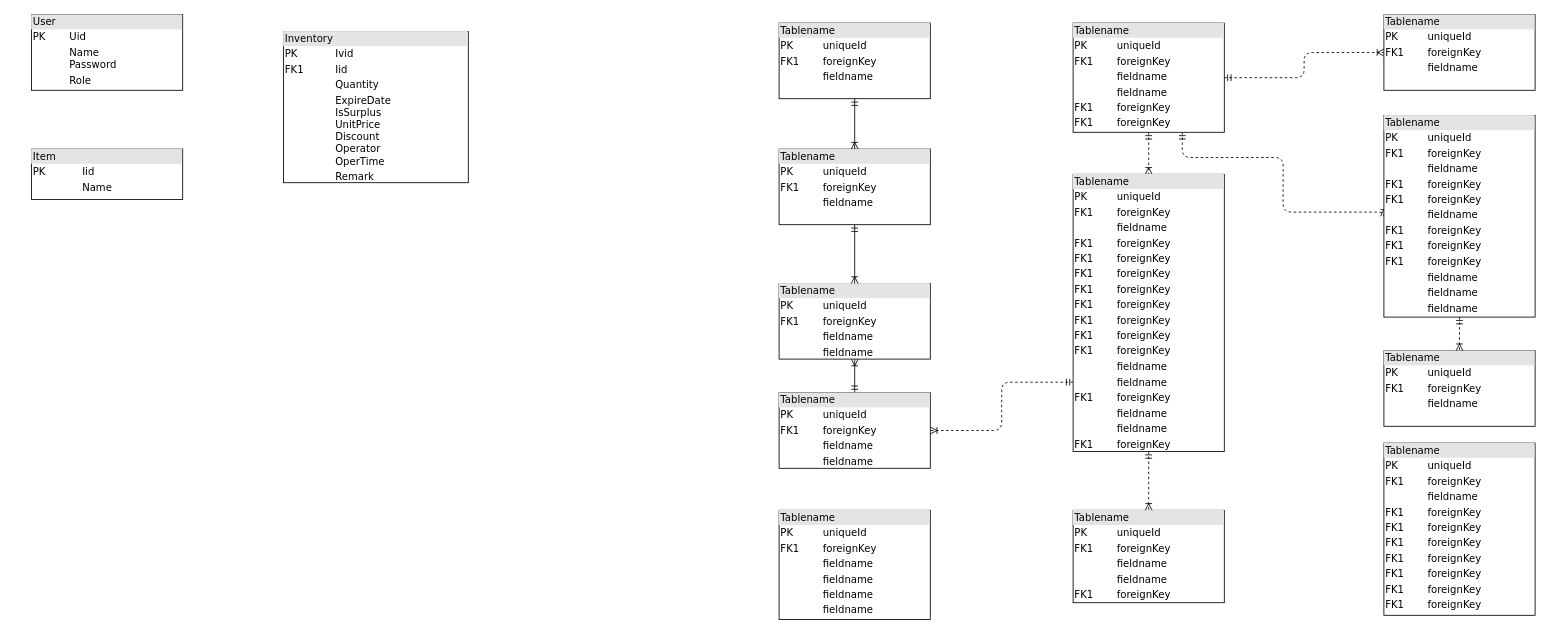
panjuncai/Req keeps this draw.io diagram as FWRP-db.drawio. Above is the earlier version. Source tidied: cells renumbered, new cells numbered last; positions are measured from the earlier drawing's top-left corner, leaving out a move shared by most shapes. Both pictures are drawn from the tidied source at 84%, with x=0, y=0 at pixel (31, 14).
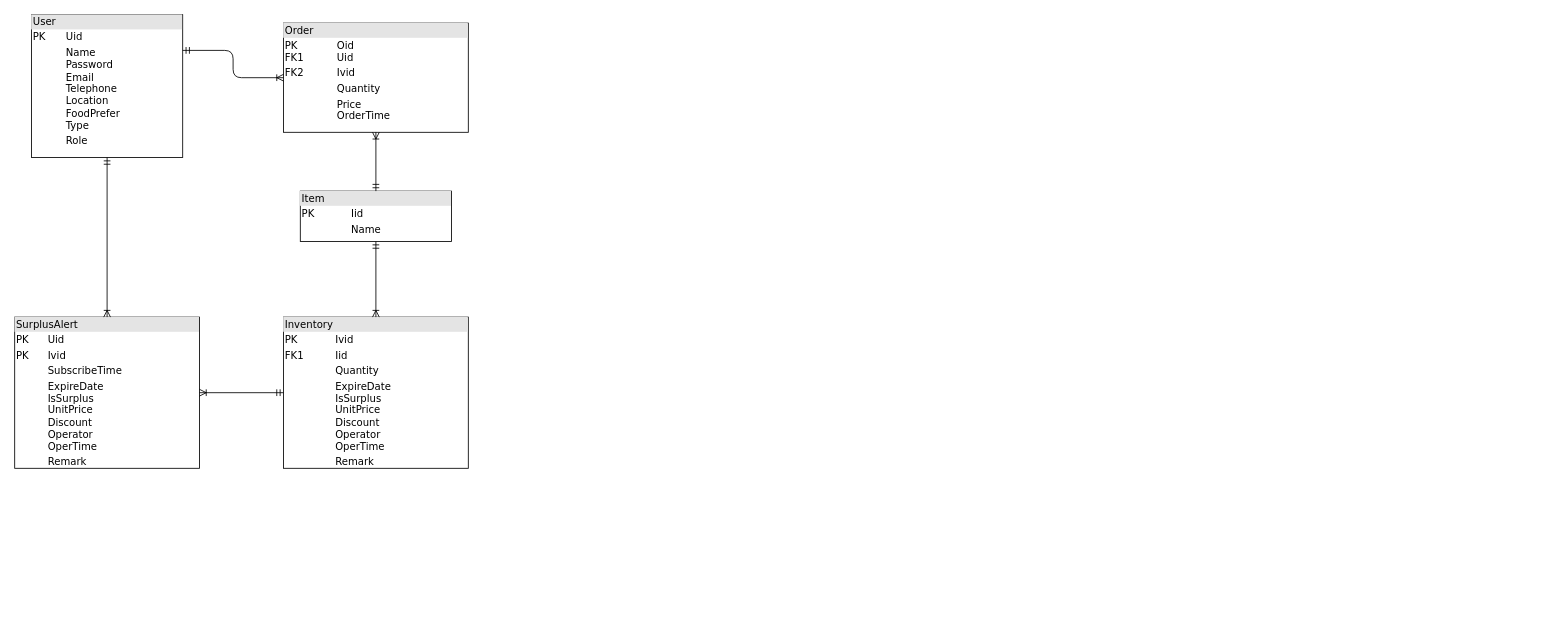
After the change.

What changed in the source:
```diff
@@
-    <mxCell id="2" value="&lt;div style=&quot;box-sizing:border-box;width:100%;background:#e4e4e4;padding:2px;&quot;&gt;Tablename&lt;/div&gt;&lt;table style=&quot;width:100%;font-size:1em;&quot; cellpadding=&quot;2&quot; cellspacing=&quot;0&quot;&gt;&lt;tr&gt;&lt;td&gt;PK&lt;/td&gt;&lt;td&gt;uniqueId&lt;/td&gt;&lt;/tr&gt;&lt;tr&gt;&lt;td&gt;FK1&lt;/td&gt;&lt;td&gt;foreignKey&lt;/td&gt;&lt;/tr&gt;&lt;tr&gt;&lt;td&gt;&lt;/td&gt;&lt;td&gt;fieldname&lt;/td&gt;&lt;/tr&gt;&lt;/table&gt;" style="verticalAlign=top;align=left;overflow=fill;html=1;rounded=0;shadow=0;comic=0;labelBackgroundColor=none;strokeWidth=1;fontFamily=Verdana;fontSize=12;" parent="1" vertex="1">
-      <mxGeometry x="890" y="10" width="180" height="90" as="geometry" />
-    </mxCell>
-    <mxCell id="3" style="edgeStyle=orthogonalEdgeStyle;html=1;entryX=0.5;entryY=0;dashed=1;labelBackgroundColor=none;startArrow=ERmandOne;endArrow=ERoneToMany;fontFamily=Verdana;fontSize=12;align=left;" parent="1" edge="1" source="6" target="16">
-      <mxGeometry relative="1" as="geometry" />
-    </mxCell>
-    <mxCell id="4" style="edgeStyle=orthogonalEdgeStyle;html=1;dashed=1;labelBackgroundColor=none;startArrow=ERmandOne;endArrow=ERoneToMany;fontFamily=Verdana;fontSize=12;align=left;entryX=0;entryY=0.5;" parent="1" edge="1" source="6" target="19">
-      <mxGeometry relative="1" as="geometry">
-        <Array as="points">
-          <mxPoint x="1370" y="170" />
-          <mxPoint x="1490" y="170" />
-          <mxPoint x="1490" y="235" />
-        </Array>
-      </mxGeometry>
-    </mxCell>
-    <mxCell id="5" style="edgeStyle=orthogonalEdgeStyle;html=1;dashed=1;labelBackgroundColor=none;startArrow=ERmandOne;endArrow=ERoneToMany;fontFamily=Verdana;fontSize=12;align=left;" parent="1" edge="1" source="6" target="20">
-      <mxGeometry relative="1" as="geometry" />
-    </mxCell>
-    <mxCell id="6" value="&lt;div style=&quot;box-sizing: border-box ; width: 100% ; background: #e4e4e4 ; padding: 2px&quot;&gt;Tablename&lt;/div&gt;&lt;table style=&quot;width: 100% ; font-size: 1em&quot; cellpadding=&quot;2&quot; cellspacing=&quot;0&quot;&gt;&lt;tbody&gt;&lt;tr&gt;&lt;td&gt;PK&lt;/td&gt;&lt;td&gt;uniqueId&lt;/td&gt;&lt;/tr&gt;&lt;tr&gt;&lt;td&gt;FK1&lt;/td&gt;&lt;td&gt;foreignKey&lt;/td&gt;&lt;/tr&gt;&lt;tr&gt;&lt;td&gt;&lt;/td&gt;&lt;td&gt;fieldname&lt;/td&gt;&lt;/tr&gt;&lt;tr&gt;&lt;td&gt;&lt;br&gt;&lt;/td&gt;&lt;td&gt;fieldname&lt;br&gt;&lt;/td&gt;&lt;/tr&gt;&lt;tr&gt;&lt;td&gt;FK1&lt;br&gt;&lt;/td&gt;&lt;td&gt;foreignKey&lt;br&gt;&lt;/td&gt;&lt;/tr&gt;&lt;tr&gt;&lt;td&gt;FK1&lt;br&gt;&lt;/td&gt;&lt;td&gt;foreignKey&lt;br&gt;&lt;/td&gt;&lt;/tr&gt;&lt;/tbody&gt;&lt;/table&gt;" style="verticalAlign=top;align=left;overflow=fill;html=1;rounded=0;shadow=0;comic=0;labelBackgroundColor=none;strokeWidth=1;fontFamily=Verdana;fontSize=12;" parent="1" vertex="1">
-      <mxGeometry x="1240" y="10" width="180" height="130" as="geometry" />
-    </mxCell>
-    <mxCell id="7" style="edgeStyle=orthogonalEdgeStyle;html=1;labelBackgroundColor=none;startArrow=ERmandOne;endArrow=ERoneToMany;fontFamily=Verdana;fontSize=12;align=left;" parent="1" edge="1" source="9" target="10">
-      <mxGeometry relative="1" as="geometry" />
-    </mxCell>
-    <mxCell id="8" style="edgeStyle=orthogonalEdgeStyle;html=1;exitX=0;exitY=0.75;entryX=1;entryY=0.5;dashed=1;labelBackgroundColor=none;startArrow=ERmandOne;endArrow=ERoneToMany;fontFamily=Verdana;fontSize=12;align=left;" parent="1" edge="1" source="16" target="9">
-      <mxGeometry relative="1" as="geometry" />
-    </mxCell>
-    <mxCell id="9" value="&lt;div style=&quot;box-sizing: border-box ; width: 100% ; background: #e4e4e4 ; padding: 2px&quot;&gt;Tablename&lt;/div&gt;&lt;table style=&quot;width: 100% ; font-size: 1em&quot; cellpadding=&quot;2&quot; cellspacing=&quot;0&quot;&gt;&lt;tbody&gt;&lt;tr&gt;&lt;td&gt;PK&lt;/td&gt;&lt;td&gt;uniqueId&lt;/td&gt;&lt;/tr&gt;&lt;tr&gt;&lt;td&gt;FK1&lt;/td&gt;&lt;td&gt;foreignKey&lt;/td&gt;&lt;/tr&gt;&lt;tr&gt;&lt;td&gt;&lt;/td&gt;&lt;td&gt;fieldname&lt;/td&gt;&lt;/tr&gt;&lt;tr&gt;&lt;td&gt;&lt;br&gt;&lt;/td&gt;&lt;td&gt;fieldname&lt;br&gt;&lt;/td&gt;&lt;/tr&gt;&lt;/tbody&gt;&lt;/table&gt;" style="verticalAlign=top;align=left;overflow=fill;html=1;rounded=0;shadow=0;comic=0;labelBackgroundColor=none;strokeWidth=1;fontFamily=Verdana;fontSize=12;" parent="1" vertex="1">
-      <mxGeometry x="890" y="450" width="180" height="90" as="geometry" />
-    </mxCell>
-    <mxCell id="10" value="&lt;div style=&quot;box-sizing: border-box ; width: 100% ; background: #e4e4e4 ; padding: 2px&quot;&gt;Tablename&lt;/div&gt;&lt;table style=&quot;width: 100% ; font-size: 1em&quot; cellpadding=&quot;2&quot; cellspacing=&quot;0&quot;&gt;&lt;tbody&gt;&lt;tr&gt;&lt;td&gt;PK&lt;/td&gt;&lt;td&gt;uniqueId&lt;/td&gt;&lt;/tr&gt;&lt;tr&gt;&lt;td&gt;FK1&lt;/td&gt;&lt;td&gt;foreignKey&lt;/td&gt;&lt;/tr&gt;&lt;tr&gt;&lt;td&gt;&lt;/td&gt;&lt;td&gt;fieldname&lt;/td&gt;&lt;/tr&gt;&lt;tr&gt;&lt;td&gt;&lt;br&gt;&lt;/td&gt;&lt;td&gt;fieldname&lt;br&gt;&lt;/td&gt;&lt;/tr&gt;&lt;/tbody&gt;&lt;/table&gt;" style="verticalAlign=top;align=left;overflow=fill;html=1;rounded=0;shadow=0;comic=0;labelBackgroundColor=none;strokeWidth=1;fontFamily=Verdana;fontSize=12;" parent="1" vertex="1">
-      <mxGeometry x="890" y="320" width="180" height="90" as="geometry" />
-    </mxCell>
-    <mxCell id="11" style="edgeStyle=orthogonalEdgeStyle;html=1;entryX=0.5;entryY=0;labelBackgroundColor=none;startArrow=ERmandOne;endArrow=ERoneToMany;fontFamily=Verdana;fontSize=12;align=left;" parent="1" edge="1" source="12" target="10">
-      <mxGeometry relative="1" as="geometry" />
-    </mxCell>
-    <mxCell id="12" value="&lt;div style=&quot;box-sizing:border-box;width:100%;background:#e4e4e4;padding:2px;&quot;&gt;Tablename&lt;/div&gt;&lt;table style=&quot;width:100%;font-size:1em;&quot; cellpadding=&quot;2&quot; cellspacing=&quot;0&quot;&gt;&lt;tr&gt;&lt;td&gt;PK&lt;/td&gt;&lt;td&gt;uniqueId&lt;/td&gt;&lt;/tr&gt;&lt;tr&gt;&lt;td&gt;FK1&lt;/td&gt;&lt;td&gt;foreignKey&lt;/td&gt;&lt;/tr&gt;&lt;tr&gt;&lt;td&gt;&lt;/td&gt;&lt;td&gt;fieldname&lt;/td&gt;&lt;/tr&gt;&lt;/table&gt;" style="verticalAlign=top;align=left;overflow=fill;html=1;rounded=0;shadow=0;comic=0;labelBackgroundColor=none;strokeWidth=1;fontFamily=Verdana;fontSize=12;" parent="1" vertex="1">
-      <mxGeometry x="890" y="160" width="180" height="90" as="geometry" />
-    </mxCell>
-    <mxCell id="13" value="&lt;div style=&quot;box-sizing: border-box ; width: 100% ; background: #e4e4e4 ; padding: 2px&quot;&gt;Tablename&lt;/div&gt;&lt;table style=&quot;width: 100% ; font-size: 1em&quot; cellpadding=&quot;2&quot; cellspacing=&quot;0&quot;&gt;&lt;tbody&gt;&lt;tr&gt;&lt;td&gt;PK&lt;/td&gt;&lt;td&gt;uniqueId&lt;/td&gt;&lt;/tr&gt;&lt;tr&gt;&lt;td&gt;FK1&lt;/td&gt;&lt;td&gt;foreignKey&lt;/td&gt;&lt;/tr&gt;&lt;tr&gt;&lt;td&gt;&lt;/td&gt;&lt;td&gt;fieldname&lt;/td&gt;&lt;/tr&gt;&lt;tr&gt;&lt;td&gt;FK1&lt;br&gt;&lt;/td&gt;&lt;td&gt;foreignKey&lt;br&gt;&lt;/td&gt;&lt;/tr&gt;&lt;tr&gt;&lt;td&gt;FK1&lt;br&gt;&lt;/td&gt;&lt;td&gt;foreignKey&lt;br&gt;&lt;/td&gt;&lt;/tr&gt;&lt;tr&gt;&lt;td&gt;FK1&lt;br&gt;&lt;/td&gt;&lt;td&gt;foreignKey&lt;br&gt;&lt;/td&gt;&lt;/tr&gt;&lt;tr&gt;&lt;td&gt;FK1&lt;br&gt;&lt;/td&gt;&lt;td&gt;foreignKey&lt;br&gt;&lt;/td&gt;&lt;/tr&gt;&lt;tr&gt;&lt;td&gt;FK1&lt;br&gt;&lt;/td&gt;&lt;td&gt;foreignKey&lt;br&gt;&lt;/td&gt;&lt;/tr&gt;&lt;tr&gt;&lt;td&gt;FK1&lt;br&gt;&lt;/td&gt;&lt;td&gt;foreignKey&lt;br&gt;&lt;/td&gt;&lt;/tr&gt;&lt;tr&gt;&lt;td&gt;FK1&lt;br&gt;&lt;/td&gt;&lt;td&gt;foreignKey&lt;br&gt;&lt;/td&gt;&lt;/tr&gt;&lt;/tbody&gt;&lt;/table&gt;" style="verticalAlign=top;align=left;overflow=fill;html=1;rounded=0;shadow=0;comic=0;labelBackgroundColor=none;strokeWidth=1;fontFamily=Verdana;fontSize=12;" parent="1" vertex="1">
-      <mxGeometry x="1610" y="510" width="180" height="205" as="geometry" />
-    </mxCell>
-    <mxCell id="14" value="&lt;div style=&quot;box-sizing: border-box ; width: 100% ; background: #e4e4e4 ; padding: 2px&quot;&gt;Tablename&lt;/div&gt;&lt;table style=&quot;width: 100% ; font-size: 1em&quot; cellpadding=&quot;2&quot; cellspacing=&quot;0&quot;&gt;&lt;tbody&gt;&lt;tr&gt;&lt;td&gt;PK&lt;/td&gt;&lt;td&gt;uniqueId&lt;/td&gt;&lt;/tr&gt;&lt;tr&gt;&lt;td&gt;FK1&lt;/td&gt;&lt;td&gt;foreignKey&lt;/td&gt;&lt;/tr&gt;&lt;tr&gt;&lt;td&gt;&lt;/td&gt;&lt;td&gt;fieldname&lt;/td&gt;&lt;/tr&gt;&lt;tr&gt;&lt;td&gt;&lt;br&gt;&lt;/td&gt;&lt;td&gt;fieldname&lt;br&gt;&lt;/td&gt;&lt;/tr&gt;&lt;tr&gt;&lt;td&gt;FK1&lt;br&gt;&lt;/td&gt;&lt;td&gt;foreignKey&lt;br&gt;&lt;/td&gt;&lt;/tr&gt;&lt;/tbody&gt;&lt;/table&gt;" style="verticalAlign=top;align=left;overflow=fill;html=1;rounded=0;shadow=0;comic=0;labelBackgroundColor=none;strokeWidth=1;fontFamily=Verdana;fontSize=12;" parent="1" vertex="1">
-      <mxGeometry x="1240" y="590" width="180" height="110" as="geometry" />
-    </mxCell>
-    <mxCell id="15" style="edgeStyle=orthogonalEdgeStyle;html=1;entryX=0.5;entryY=0;labelBackgroundColor=none;startArrow=ERmandOne;endArrow=ERoneToMany;fontFamily=Verdana;fontSize=12;align=left;dashed=1;" parent="1" edge="1" source="16" target="14">
-      <mxGeometry relative="1" as="geometry" />
-    </mxCell>
-    <mxCell id="16" value="&lt;div style=&quot;box-sizing: border-box ; width: 100% ; background: #e4e4e4 ; padding: 2px&quot;&gt;Tablename&lt;/div&gt;&lt;table style=&quot;width: 100% ; font-size: 1em&quot; cellpadding=&quot;2&quot; cellspacing=&quot;0&quot;&gt;&lt;tbody&gt;&lt;tr&gt;&lt;td&gt;PK&lt;/td&gt;&lt;td&gt;uniqueId&lt;/td&gt;&lt;/tr&gt;&lt;tr&gt;&lt;td&gt;FK1&lt;/td&gt;&lt;td&gt;foreignKey&lt;/td&gt;&lt;/tr&gt;&lt;tr&gt;&lt;td&gt;&lt;/td&gt;&lt;td&gt;fieldname&lt;/td&gt;&lt;/tr&gt;&lt;tr&gt;&lt;td&gt;FK1&lt;br&gt;&lt;/td&gt;&lt;td&gt;foreignKey&lt;br&gt;&lt;/td&gt;&lt;/tr&gt;&lt;tr&gt;&lt;td&gt;FK1&lt;br&gt;&lt;/td&gt;&lt;td&gt;foreignKey&lt;br&gt;&lt;/td&gt;&lt;/tr&gt;&lt;tr&gt;&lt;td&gt;FK1&lt;br&gt;&lt;/td&gt;&lt;td&gt;foreignKey&lt;br&gt;&lt;/td&gt;&lt;/tr&gt;&lt;tr&gt;&lt;td&gt;FK1&lt;br&gt;&lt;/td&gt;&lt;td&gt;foreignKey&lt;br&gt;&lt;/td&gt;&lt;/tr&gt;&lt;tr&gt;&lt;td&gt;FK1&lt;br&gt;&lt;/td&gt;&lt;td&gt;foreignKey&lt;br&gt;&lt;/td&gt;&lt;/tr&gt;&lt;tr&gt;&lt;td&gt;FK1&lt;br&gt;&lt;/td&gt;&lt;td&gt;foreignKey&lt;br&gt;&lt;/td&gt;&lt;/tr&gt;&lt;tr&gt;&lt;td&gt;FK1&lt;br&gt;&lt;/td&gt;&lt;td&gt;foreignKey&lt;br&gt;&lt;/td&gt;&lt;/tr&gt;&lt;tr&gt;&lt;td&gt;FK1&lt;br&gt;&lt;/td&gt;&lt;td&gt;foreignKey&lt;br&gt;&lt;/td&gt;&lt;/tr&gt;&lt;tr&gt;&lt;td&gt;&lt;br&gt;&lt;/td&gt;&lt;td&gt;fieldname&lt;br&gt;&lt;/td&gt;&lt;/tr&gt;&lt;tr&gt;&lt;td&gt;&lt;br&gt;&lt;/td&gt;&lt;td&gt;fieldname&lt;br&gt;&lt;/td&gt;&lt;/tr&gt;&lt;tr&gt;&lt;td&gt;FK1&lt;br&gt;&lt;/td&gt;&lt;td&gt;foreignKey&lt;br&gt;&lt;/td&gt;&lt;/tr&gt;&lt;tr&gt;&lt;td&gt;&lt;br&gt;&lt;/td&gt;&lt;td&gt;fieldname&lt;br&gt;&lt;/td&gt;&lt;/tr&gt;&lt;tr&gt;&lt;td&gt;&lt;br&gt;&lt;/td&gt;&lt;td&gt;fieldname&lt;br&gt;&lt;/td&gt;&lt;/tr&gt;&lt;tr&gt;&lt;td&gt;FK1&lt;br&gt;&lt;/td&gt;&lt;td&gt;foreignKey&lt;br&gt;&lt;/td&gt;&lt;/tr&gt;&lt;/tbody&gt;&lt;/table&gt;" style="verticalAlign=top;align=left;overflow=fill;html=1;rounded=0;shadow=0;comic=0;labelBackgroundColor=none;strokeWidth=1;fontFamily=Verdana;fontSize=12;" parent="1" vertex="1">
-      <mxGeometry x="1240" y="190" width="180" height="330" as="geometry" />
-    </mxCell>
-    <mxCell id="17" value="&lt;div style=&quot;box-sizing:border-box;width:100%;background:#e4e4e4;padding:2px;&quot;&gt;Tablename&lt;/div&gt;&lt;table style=&quot;width:100%;font-size:1em;&quot; cellpadding=&quot;2&quot; cellspacing=&quot;0&quot;&gt;&lt;tr&gt;&lt;td&gt;PK&lt;/td&gt;&lt;td&gt;uniqueId&lt;/td&gt;&lt;/tr&gt;&lt;tr&gt;&lt;td&gt;FK1&lt;/td&gt;&lt;td&gt;foreignKey&lt;/td&gt;&lt;/tr&gt;&lt;tr&gt;&lt;td&gt;&lt;/td&gt;&lt;td&gt;fieldname&lt;/td&gt;&lt;/tr&gt;&lt;/table&gt;" style="verticalAlign=top;align=left;overflow=fill;html=1;rounded=0;shadow=0;comic=0;labelBackgroundColor=none;strokeWidth=1;fontFamily=Verdana;fontSize=12;" parent="1" vertex="1">
-      <mxGeometry x="1610" y="400" width="180" height="90" as="geometry" />
-    </mxCell>
-    <mxCell id="18" style="edgeStyle=orthogonalEdgeStyle;html=1;entryX=0.5;entryY=0;dashed=1;labelBackgroundColor=none;startArrow=ERmandOne;endArrow=ERoneToMany;fontFamily=Verdana;fontSize=12;align=left;" parent="1" edge="1" source="19" target="17">
-      <mxGeometry relative="1" as="geometry" />
-    </mxCell>
-    <mxCell id="19" value="&lt;div style=&quot;box-sizing: border-box ; width: 100% ; background: #e4e4e4 ; padding: 2px&quot;&gt;Tablename&lt;/div&gt;&lt;table style=&quot;width: 100% ; font-size: 1em&quot; cellpadding=&quot;2&quot; cellspacing=&quot;0&quot;&gt;&lt;tbody&gt;&lt;tr&gt;&lt;td&gt;PK&lt;/td&gt;&lt;td&gt;uniqueId&lt;/td&gt;&lt;/tr&gt;&lt;tr&gt;&lt;td&gt;FK1&lt;/td&gt;&lt;td&gt;foreignKey&lt;/td&gt;&lt;/tr&gt;&lt;tr&gt;&lt;td&gt;&lt;/td&gt;&lt;td&gt;fieldname&lt;/td&gt;&lt;/tr&gt;&lt;tr&gt;&lt;td&gt;FK1&lt;br&gt;&lt;/td&gt;&lt;td&gt;foreignKey&lt;br&gt;&lt;/td&gt;&lt;/tr&gt;&lt;tr&gt;&lt;td&gt;FK1&lt;br&gt;&lt;/td&gt;&lt;td&gt;foreignKey&lt;br&gt;&lt;/td&gt;&lt;/tr&gt;&lt;tr&gt;&lt;td&gt;&lt;br&gt;&lt;/td&gt;&lt;td&gt;fieldname&lt;br&gt;&lt;/td&gt;&lt;/tr&gt;&lt;tr&gt;&lt;td&gt;FK1&lt;br&gt;&lt;/td&gt;&lt;td&gt;foreignKey&lt;br&gt;&lt;/td&gt;&lt;/tr&gt;&lt;tr&gt;&lt;td&gt;FK1&lt;br&gt;&lt;/td&gt;&lt;td&gt;foreignKey&lt;br&gt;&lt;/td&gt;&lt;/tr&gt;&lt;tr&gt;&lt;td&gt;FK1&lt;br&gt;&lt;/td&gt;&lt;td&gt;foreignKey&lt;br&gt;&lt;/td&gt;&lt;/tr&gt;&lt;tr&gt;&lt;td&gt;&lt;br&gt;&lt;/td&gt;&lt;td&gt;fieldname&lt;br&gt;&lt;/td&gt;&lt;/tr&gt;&lt;tr&gt;&lt;td&gt;&lt;br&gt;&lt;/td&gt;&lt;td&gt;fieldname&lt;br&gt;&lt;/td&gt;&lt;/tr&gt;&lt;tr&gt;&lt;td&gt;&lt;br&gt;&lt;/td&gt;&lt;td&gt;fieldname&lt;br&gt;&lt;/td&gt;&lt;/tr&gt;&lt;/tbody&gt;&lt;/table&gt;" style="verticalAlign=top;align=left;overflow=fill;html=1;rounded=0;shadow=0;comic=0;labelBackgroundColor=none;strokeWidth=1;fontFamily=Verdana;fontSize=12;" parent="1" vertex="1">
-      <mxGeometry x="1610" y="120" width="180" height="240" as="geometry" />
-    </mxCell>
-    <mxCell id="20" value="&lt;div style=&quot;box-sizing:border-box;width:100%;background:#e4e4e4;padding:2px;&quot;&gt;Tablename&lt;/div&gt;&lt;table style=&quot;width:100%;font-size:1em;&quot; cellpadding=&quot;2&quot; cellspacing=&quot;0&quot;&gt;&lt;tr&gt;&lt;td&gt;PK&lt;/td&gt;&lt;td&gt;uniqueId&lt;/td&gt;&lt;/tr&gt;&lt;tr&gt;&lt;td&gt;FK1&lt;/td&gt;&lt;td&gt;foreignKey&lt;/td&gt;&lt;/tr&gt;&lt;tr&gt;&lt;td&gt;&lt;/td&gt;&lt;td&gt;fieldname&lt;/td&gt;&lt;/tr&gt;&lt;/table&gt;" style="verticalAlign=top;align=left;overflow=fill;html=1;rounded=0;shadow=0;comic=0;labelBackgroundColor=none;strokeWidth=1;fontFamily=Verdana;fontSize=12;" parent="1" vertex="1">
-      <mxGeometry x="1610" width="180" height="90" as="geometry" />
-    </mxCell>
-    <mxCell id="21" value="&lt;div style=&quot;box-sizing: border-box ; width: 100% ; background: #e4e4e4 ; padding: 2px&quot;&gt;Tablename&lt;/div&gt;&lt;table style=&quot;width: 100% ; font-size: 1em&quot; cellpadding=&quot;2&quot; cellspacing=&quot;0&quot;&gt;&lt;tbody&gt;&lt;tr&gt;&lt;td&gt;PK&lt;/td&gt;&lt;td&gt;uniqueId&lt;/td&gt;&lt;/tr&gt;&lt;tr&gt;&lt;td&gt;FK1&lt;/td&gt;&lt;td&gt;foreignKey&lt;/td&gt;&lt;/tr&gt;&lt;tr&gt;&lt;td&gt;&lt;/td&gt;&lt;td&gt;fieldname&lt;/td&gt;&lt;/tr&gt;&lt;tr&gt;&lt;td&gt;&lt;br&gt;&lt;/td&gt;&lt;td&gt;fieldname&lt;br&gt;&lt;/td&gt;&lt;/tr&gt;&lt;tr&gt;&lt;td&gt;&lt;br&gt;&lt;/td&gt;&lt;td&gt;fieldname&lt;br&gt;&lt;/td&gt;&lt;/tr&gt;&lt;tr&gt;&lt;td&gt;&lt;br&gt;&lt;/td&gt;&lt;td&gt;fieldname&lt;br&gt;&lt;/td&gt;&lt;/tr&gt;&lt;/tbody&gt;&lt;/table&gt;" style="verticalAlign=top;align=left;overflow=fill;html=1;rounded=0;shadow=0;comic=0;labelBackgroundColor=none;strokeWidth=1;fontFamily=Verdana;fontSize=12;" parent="1" vertex="1">
-      <mxGeometry x="890" y="590" width="180" height="130" as="geometry" />
-    </mxCell>
-    <mxCell id="22" style="edgeStyle=orthogonalEdgeStyle;html=1;endArrow=ERoneToMany;startArrow=ERmandOne;labelBackgroundColor=none;fontFamily=Verdana;fontSize=12;align=left;exitX=0.5;exitY=1;entryX=0.5;entryY=0;" parent="1" edge="1" source="2" target="12">
-      <mxGeometry relative="1" as="geometry" />
-    </mxCell>
-    <mxCell id="23" value="&lt;div style=&quot;box-sizing:border-box;width:100%;background:#e4e4e4;padding:2px;&quot;&gt;User&lt;/div&gt;&lt;table style=&quot;width:100%;font-size:1em;&quot; cellpadding=&quot;2&quot; cellspacing=&quot;0&quot;&gt;&lt;tbody&gt;&lt;tr&gt;&lt;td&gt;PK&lt;/td&gt;&lt;td&gt;Uid&lt;/td&gt;&lt;/tr&gt;&lt;tr&gt;&lt;td&gt;&lt;/td&gt;&lt;td&gt;Name&lt;br&gt;Password&lt;/td&gt;&lt;/tr&gt;&lt;tr&gt;&lt;td&gt;&lt;/td&gt;&lt;td&gt;Role&lt;/td&gt;&lt;/tr&gt;&lt;/tbody&gt;&lt;/table&gt;" style="verticalAlign=top;align=left;overflow=fill;html=1;rounded=0;shadow=0;comic=0;labelBackgroundColor=none;strokeWidth=1;fontFamily=Verdana;fontSize=12;" parent="1" vertex="1">
-      <mxGeometry width="180" height="90" as="geometry" />
+    <mxCell id="23" value="&lt;div style=&quot;box-sizing:border-box;width:100%;background:#e4e4e4;padding:2px;&quot;&gt;User&lt;/div&gt;&lt;table style=&quot;width:100%;font-size:1em;&quot; cellpadding=&quot;2&quot; cellspacing=&quot;0&quot;&gt;&lt;tbody&gt;&lt;tr&gt;&lt;td&gt;PK&lt;/td&gt;&lt;td&gt;Uid&lt;/td&gt;&lt;/tr&gt;&lt;tr&gt;&lt;td&gt;&lt;/td&gt;&lt;td&gt;Name&lt;br&gt;Password&lt;br&gt;Email&lt;br&gt;Telephone&lt;br&gt;Location&lt;br&gt;FoodPrefer&lt;br&gt;Type&lt;/td&gt;&lt;/tr&gt;&lt;tr&gt;&lt;td&gt;&lt;/td&gt;&lt;td&gt;Role&lt;/td&gt;&lt;/tr&gt;&lt;/tbody&gt;&lt;/table&gt;" style="verticalAlign=top;align=left;overflow=fill;html=1;rounded=0;shadow=0;comic=0;labelBackgroundColor=none;strokeWidth=1;fontFamily=Verdana;fontSize=12;" parent="1" vertex="1">
+      <mxGeometry width="180" height="170" as="geometry" />
     </mxCell>
     <mxCell id="24" value="&lt;div style=&quot;box-sizing:border-box;width:100%;background:#e4e4e4;padding:2px;&quot;&gt;Item&lt;/div&gt;&lt;table style=&quot;width:100%;font-size:1em;&quot; cellpadding=&quot;2&quot; cellspacing=&quot;0&quot;&gt;&lt;tbody&gt;&lt;tr&gt;&lt;td&gt;PK&lt;/td&gt;&lt;td&gt;Iid&lt;/td&gt;&lt;/tr&gt;&lt;tr&gt;&lt;td&gt;&lt;/td&gt;&lt;td&gt;Name&lt;br&gt;&lt;/td&gt;&lt;/tr&gt;&lt;tr&gt;&lt;td&gt;&lt;/td&gt;&lt;td&gt;&lt;br&gt;&lt;/td&gt;&lt;/tr&gt;&lt;/tbody&gt;&lt;/table&gt;" style="verticalAlign=top;align=left;overflow=fill;html=1;rounded=0;shadow=0;comic=0;labelBackgroundColor=none;strokeWidth=1;fontFamily=Verdana;fontSize=12;" parent="1" vertex="1">
-      <mxGeometry y="160" width="180" height="60" as="geometry" />
+      <mxGeometry x="320" y="210" width="180" height="60" as="geometry" />
     </mxCell>
     <mxCell id="25" value="&lt;div style=&quot;box-sizing:border-box;width:100%;background:#e4e4e4;padding:2px;&quot;&gt;Inventory&lt;/div&gt;&lt;table style=&quot;width:100%;font-size:1em;&quot; cellpadding=&quot;2&quot; cellspacing=&quot;0&quot;&gt;&lt;tbody&gt;&lt;tr&gt;&lt;td&gt;PK&lt;/td&gt;&lt;td&gt;Ivid&lt;/td&gt;&lt;/tr&gt;&lt;tr&gt;&lt;td&gt;FK1&lt;/td&gt;&lt;td&gt;Iid&lt;/td&gt;&lt;/tr&gt;&lt;tr&gt;&lt;td&gt;&lt;br&gt;&lt;/td&gt;&lt;td&gt;Quantity&lt;br&gt;&lt;/td&gt;&lt;/tr&gt;&lt;tr&gt;&lt;td&gt;&lt;br&gt;&lt;/td&gt;&lt;td&gt;ExpireDate&lt;br&gt;IsSurplus&lt;br&gt;UnitPrice&lt;br&gt;Discount&lt;br&gt;Operator&lt;br&gt;OperTime&lt;/td&gt;&lt;/tr&gt;&lt;tr&gt;&lt;td&gt;&lt;br&gt;&lt;/td&gt;&lt;td&gt;Remark&lt;/td&gt;&lt;/tr&gt;&lt;/tbody&gt;&lt;/table&gt;" style="verticalAlign=top;align=left;overflow=fill;html=1;rounded=0;shadow=0;comic=0;labelBackgroundColor=none;strokeWidth=1;fontFamily=Verdana;fontSize=12;" parent="1" vertex="1">
-      <mxGeometry x="300" y="20" width="220" height="180" as="geometry" />
+      <mxGeometry x="300" y="360" width="220" height="180" as="geometry" />
     </mxCell>
+    <mxCell id="26" value="&lt;div style=&quot;box-sizing:border-box;width:100%;background:#e4e4e4;padding:2px;&quot;&gt;Order&lt;/div&gt;&lt;table style=&quot;width:100%;font-size:1em;&quot; cellpadding=&quot;2&quot; cellspacing=&quot;0&quot;&gt;&lt;tbody&gt;&lt;tr&gt;&lt;td&gt;PK&lt;br&gt;FK1&lt;/td&gt;&lt;td&gt;Oid&lt;br&gt;Uid&lt;/td&gt;&lt;/tr&gt;&lt;tr&gt;&lt;td&gt;FK2&lt;/td&gt;&lt;td&gt;Ivid&lt;/td&gt;&lt;/tr&gt;&lt;tr&gt;&lt;td&gt;&lt;br&gt;&lt;/td&gt;&lt;td&gt;Quantity&lt;br&gt;&lt;/td&gt;&lt;/tr&gt;&lt;tr&gt;&lt;td&gt;&lt;br&gt;&lt;/td&gt;&lt;td&gt;Price&lt;br&gt;OrderTime&lt;/td&gt;&lt;/tr&gt;&lt;tr&gt;&lt;td&gt;&lt;br&gt;&lt;/td&gt;&lt;td&gt;&lt;br&gt;&lt;/td&gt;&lt;/tr&gt;&lt;/tbody&gt;&lt;/table&gt;" style="verticalAlign=top;align=left;overflow=fill;html=1;rounded=0;shadow=0;comic=0;labelBackgroundColor=none;strokeWidth=1;fontFamily=Verdana;fontSize=12;" parent="1" vertex="1">
+      <mxGeometry x="300" y="10" width="220" height="130" as="geometry" />
+    </mxCell>
+    <mxCell id="27" value="&lt;div style=&quot;box-sizing:border-box;width:100%;background:#e4e4e4;padding:2px;&quot;&gt;SurplusAlert&lt;/div&gt;&lt;table style=&quot;width:100%;font-size:1em;&quot; cellpadding=&quot;2&quot; cellspacing=&quot;0&quot;&gt;&lt;tbody&gt;&lt;tr&gt;&lt;td&gt;PK&lt;/td&gt;&lt;td&gt;Uid&lt;/td&gt;&lt;/tr&gt;&lt;tr&gt;&lt;td&gt;PK&lt;/td&gt;&lt;td&gt;Ivid&lt;/td&gt;&lt;/tr&gt;&lt;tr&gt;&lt;td&gt;&lt;br&gt;&lt;/td&gt;&lt;td&gt;SubscribeTime&lt;/td&gt;&lt;/tr&gt;&lt;tr&gt;&lt;td&gt;&lt;br&gt;&lt;/td&gt;&lt;td&gt;ExpireDate&lt;br&gt;IsSurplus&lt;br&gt;UnitPrice&lt;br&gt;Discount&lt;br&gt;Operator&lt;br&gt;OperTime&lt;/td&gt;&lt;/tr&gt;&lt;tr&gt;&lt;td&gt;&lt;br&gt;&lt;/td&gt;&lt;td&gt;Remark&lt;/td&gt;&lt;/tr&gt;&lt;/tbody&gt;&lt;/table&gt;" style="verticalAlign=top;align=left;overflow=fill;html=1;rounded=0;shadow=0;comic=0;labelBackgroundColor=none;strokeWidth=1;fontFamily=Verdana;fontSize=12;" parent="1" vertex="1">
+      <mxGeometry x="-20" y="360" width="220" height="180" as="geometry" />
+    </mxCell>
+    <mxCell id="28" style="edgeStyle=orthogonalEdgeStyle;html=1;endArrow=ERoneToMany;startArrow=ERmandOne;labelBackgroundColor=none;fontFamily=Verdana;fontSize=12;align=left;exitX=1;exitY=0.25;exitDx=0;exitDy=0;entryX=0;entryY=0.5;entryDx=0;entryDy=0;" parent="1" edge="1" source="23" target="26">
+      <mxGeometry relative="1" as="geometry" />
+    </mxCell>
+    <mxCell id="29" style="edgeStyle=orthogonalEdgeStyle;html=1;endArrow=ERoneToMany;startArrow=ERmandOne;labelBackgroundColor=none;fontFamily=Verdana;fontSize=12;align=left;exitX=0.5;exitY=0;exitDx=0;exitDy=0;entryX=0.5;entryY=1;entryDx=0;entryDy=0;" parent="1" edge="1" source="24" target="26">
+      <mxGeometry relative="1" as="geometry" />
+    </mxCell>
+    <mxCell id="30" style="edgeStyle=orthogonalEdgeStyle;html=1;endArrow=ERoneToMany;startArrow=ERmandOne;labelBackgroundColor=none;fontFamily=Verdana;fontSize=12;align=left;entryX=0.5;entryY=0;entryDx=0;entryDy=0;exitX=0.5;exitY=1;exitDx=0;exitDy=0;" parent="1" edge="1" source="24" target="25">
+      <mxGeometry relative="1" as="geometry" />
+    </mxCell>
+    <mxCell id="31" style="edgeStyle=orthogonalEdgeStyle;html=1;endArrow=ERoneToMany;startArrow=ERmandOne;labelBackgroundColor=none;fontFamily=Verdana;fontSize=12;align=left;exitX=0.5;exitY=1;exitDx=0;exitDy=0;" parent="1" edge="1" source="23" target="27">
+      <mxGeometry relative="1" as="geometry" />
+    </mxCell>
+    <mxCell id="32" style="edgeStyle=orthogonalEdgeStyle;html=1;endArrow=ERoneToMany;startArrow=ERmandOne;labelBackgroundColor=none;fontFamily=Verdana;fontSize=12;align=left;exitX=0;exitY=0.5;exitDx=0;exitDy=0;entryX=1;entryY=0.5;entryDx=0;entryDy=0;" parent="1" edge="1" source="25" target="27">
+      <mxGeometry relative="1" as="geometry" />
+    </mxCell>
```
